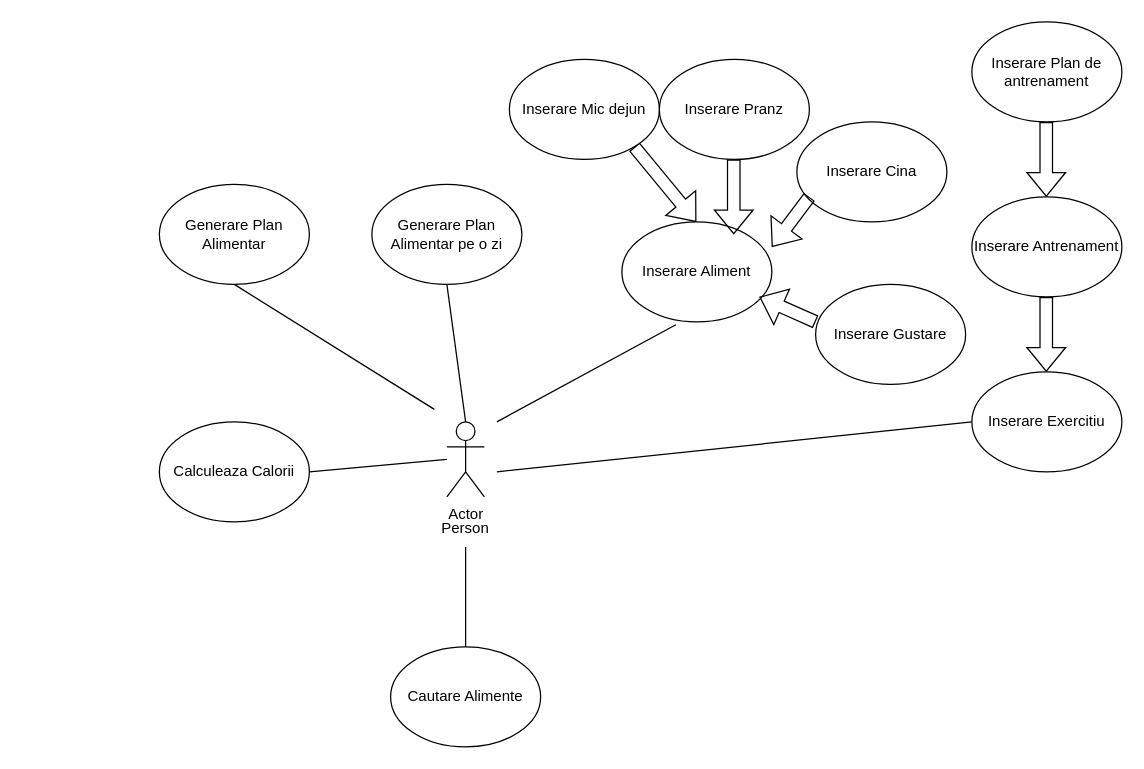
Earlier version of the draw.io diagram UML Diagram.drawio (NistorEmil/IS). Source tidied: cells renumbered, new cells numbered last; positions are measured from the earlier drawing's top-left corner, leaving out a move shared by most shapes. Both pictures are drawn from the tidied source at 125%, with x=0, y=0 at pixel (159, 21).
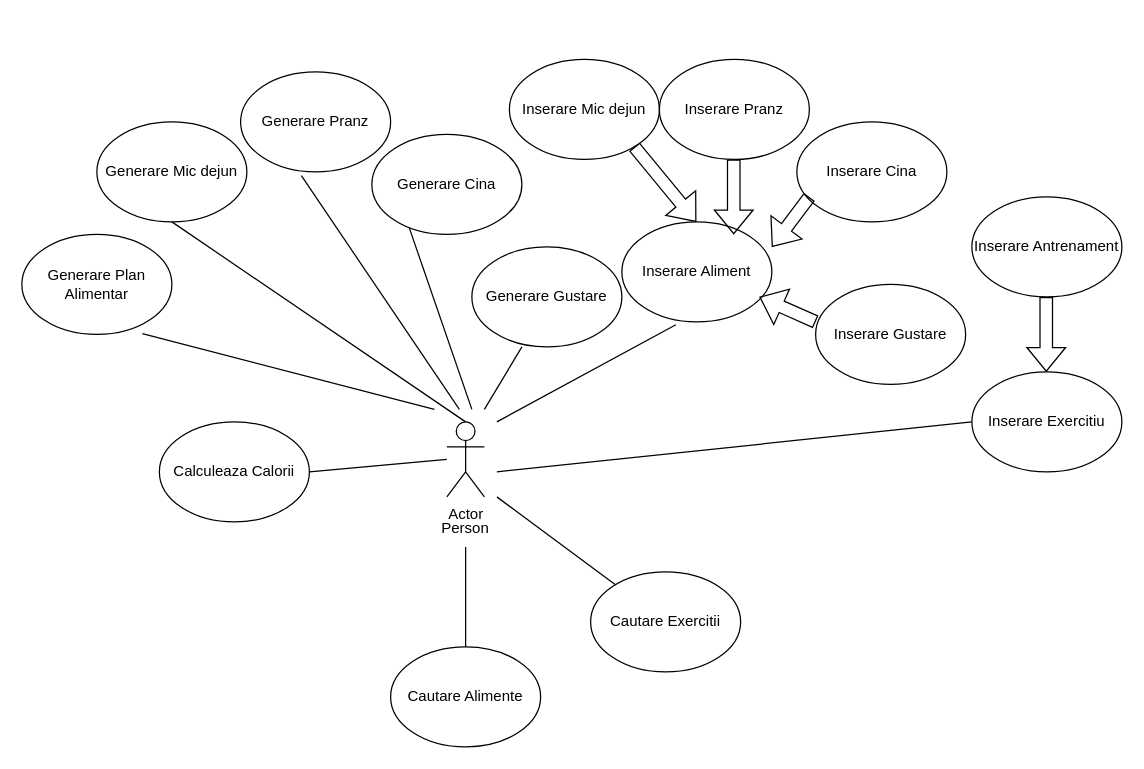
The same diagram, later.

Unchanged cells that the change refers to:
```xml
<mxCell id="2" value="Actor" style="shape=umlActor;verticalLabelPosition=bottom;verticalAlign=top;outlineConnect=0;html=1;" parent="1" vertex="1">
  <mxGeometry x="230" y="320" width="30" height="60" as="geometry" />
</mxCell>
```

The edit, as a diff of the source:
```diff
@@
-    <mxCell id="4" style="shape=flexArrow;endArrow=classic;html=1;rounded=0;" parent="1" edge="1">
-      <mxGeometry relative="1" as="geometry">
-        <mxPoint x="709.5" y="80" as="sourcePoint" />
-        <mxPoint x="709.5" y="140" as="targetPoint" />
-      </mxGeometry>
-    </mxCell>
@@
-    <mxCell id="7" style="endArrow=none;html=1;rounded=0;exitX=0.5;exitY=0;exitDx=0;exitDy=0;exitPerimeter=0;entryX=0.5;entryY=1;entryDx=0;entryDy=0;" parent="1" edge="1" source="2">
-      <mxGeometry relative="1" as="geometry">
-        <mxPoint x="230" y="210" as="targetPoint" />
-      </mxGeometry>
+    <mxCell id="7" style="endArrow=none;html=1;rounded=0;exitX=0.5;exitY=0;exitDx=0;exitDy=0;exitPerimeter=0;entryX=0.5;entryY=1;entryDx=0;entryDy=0;" parent="1" edge="1" source="2" target="23">
+      <mxGeometry relative="1" as="geometry" />
     </mxCell>
-    <mxCell id="8" style="endArrow=none;html=1;rounded=0;entryX=0.5;entryY=1;entryDx=0;entryDy=0;" parent="1" edge="1">
+    <mxCell id="8" style="endArrow=none;html=1;rounded=0;entryX=0.803;entryY=0.992;entryDx=0;entryDy=0;entryPerimeter=0;" parent="1" edge="1" target="24">
       <mxGeometry relative="1" as="geometry">
         <mxPoint x="220" y="310" as="sourcePoint" />
-        <mxPoint x="60" y="210" as="targetPoint" />
       </mxGeometry>
     </mxCell>
@@
-    <mxCell id="14" value="Inserare Plan de antrenament" style="ellipse;whiteSpace=wrap;html=1;" parent="1" vertex="1">
-      <mxGeometry x="650" width="120" height="80" as="geometry" />
-    </mxCell>
@@
-    <mxCell id="23" value="Generare Plan Alimentar pe o zi" style="ellipse;whiteSpace=wrap;html=1;" parent="1" vertex="1">
-      <mxGeometry x="170" y="130" width="120" height="80" as="geometry" />
+    <mxCell id="23" value="Generare Mic dejun" style="ellipse;whiteSpace=wrap;html=1;" parent="1" vertex="1">
+      <mxGeometry x="-50" y="80" width="120" height="80" as="geometry" />
     </mxCell>
     <mxCell id="24" value="Generare Plan Alimentar" style="ellipse;whiteSpace=wrap;html=1;" parent="1" vertex="1">
-      <mxGeometry y="130" width="120" height="80" as="geometry" />
+      <mxGeometry x="-110" y="170" width="120" height="80" as="geometry" />
     </mxCell>
@@
+    <mxCell id="28" value="Generare Pranz" style="ellipse;whiteSpace=wrap;html=1;" parent="1" vertex="1">
+      <mxGeometry x="65" y="40" width="120" height="80" as="geometry" />
+    </mxCell>
+    <mxCell id="29" value="Generare Cina" style="ellipse;whiteSpace=wrap;html=1;" parent="1" vertex="1">
+      <mxGeometry x="170" y="90" width="120" height="80" as="geometry" />
+    </mxCell>
+    <mxCell id="30" value="Generare Gustare" style="ellipse;whiteSpace=wrap;html=1;" parent="1" vertex="1">
+      <mxGeometry x="250" y="180" width="120" height="80" as="geometry" />
+    </mxCell>
+    <mxCell id="31" style="endArrow=none;html=1;rounded=0;entryX=0.405;entryY=1.038;entryDx=0;entryDy=0;entryPerimeter=0;" parent="1" edge="1" target="28">
+      <mxGeometry relative="1" as="geometry">
+        <mxPoint x="240" y="310" as="sourcePoint" />
+      </mxGeometry>
+    </mxCell>
+    <mxCell id="32" style="endArrow=none;html=1;rounded=0;" parent="1" edge="1">
+      <mxGeometry relative="1" as="geometry">
+        <mxPoint x="250" y="310" as="sourcePoint" />
+        <mxPoint x="200" y="165" as="targetPoint" />
+      </mxGeometry>
+    </mxCell>
+    <mxCell id="33" style="endArrow=none;html=1;rounded=0;" parent="1" edge="1">
+      <mxGeometry relative="1" as="geometry">
+        <mxPoint x="260" y="310" as="sourcePoint" />
+        <mxPoint x="290" y="260" as="targetPoint" />
+      </mxGeometry>
+    </mxCell>
+    <mxCell id="34" value="Cautare Exercitii" style="ellipse;whiteSpace=wrap;html=1;" parent="1" vertex="1">
+      <mxGeometry x="345" y="440" width="120" height="80" as="geometry" />
+    </mxCell>
+    <mxCell id="35" style="endArrow=none;html=1;rounded=0;" parent="1" edge="1" source="34">
+      <mxGeometry relative="1" as="geometry">
+        <mxPoint x="270" y="380" as="targetPoint" />
+      </mxGeometry>
+    </mxCell>
```
